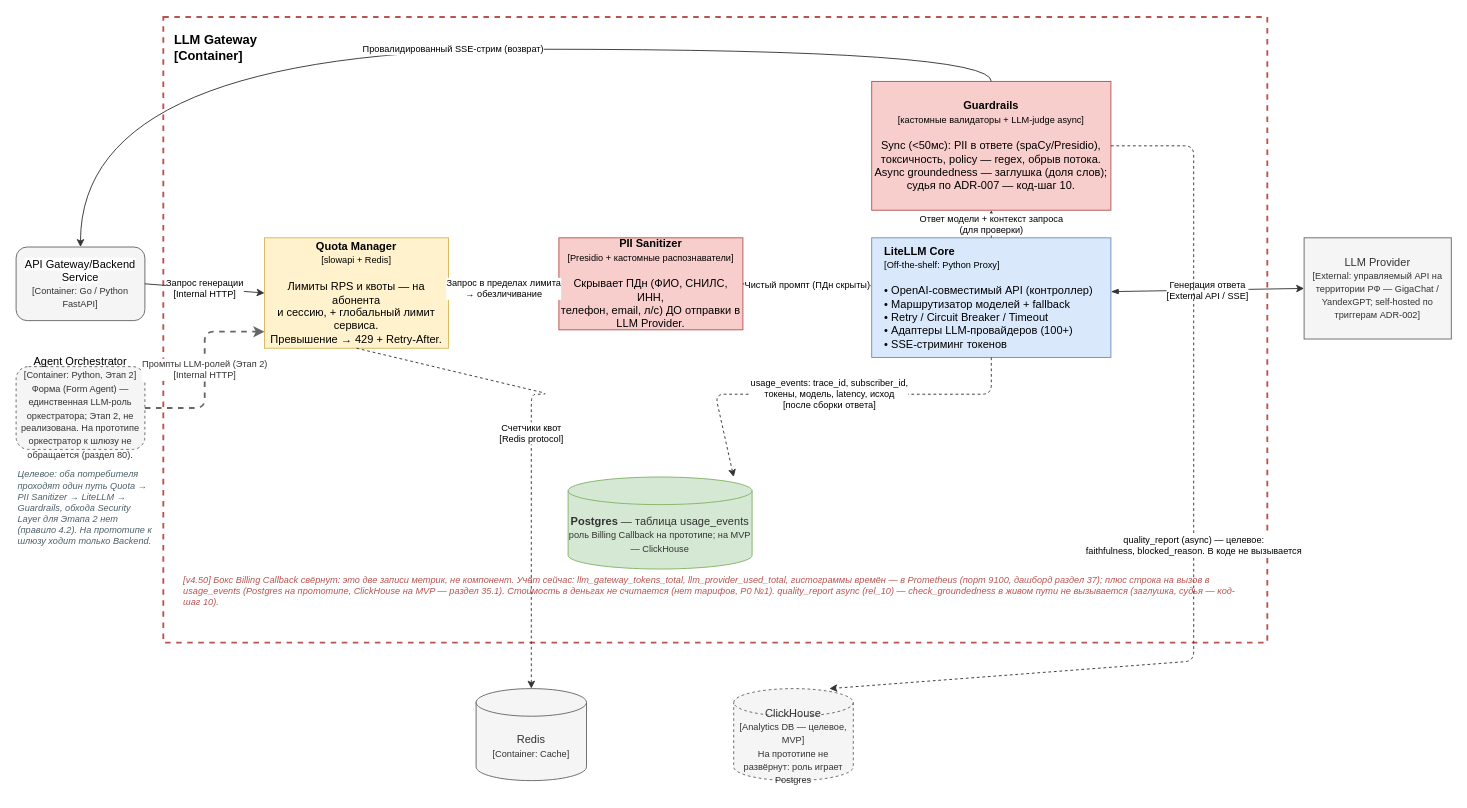
The draw.io diagram AI_docs/C3/C4_L3_LLM.drawio in barinoff1989/vodokanal-assistant, before the edit. Source tidied: cells renumbered, new cells numbered last; positions are measured from the earlier drawing's top-left corner, leaving out a move shared by most shapes. Both pictures are drawn from the tidied source at 92%, with x=0, y=0 at pixel (16, 17).
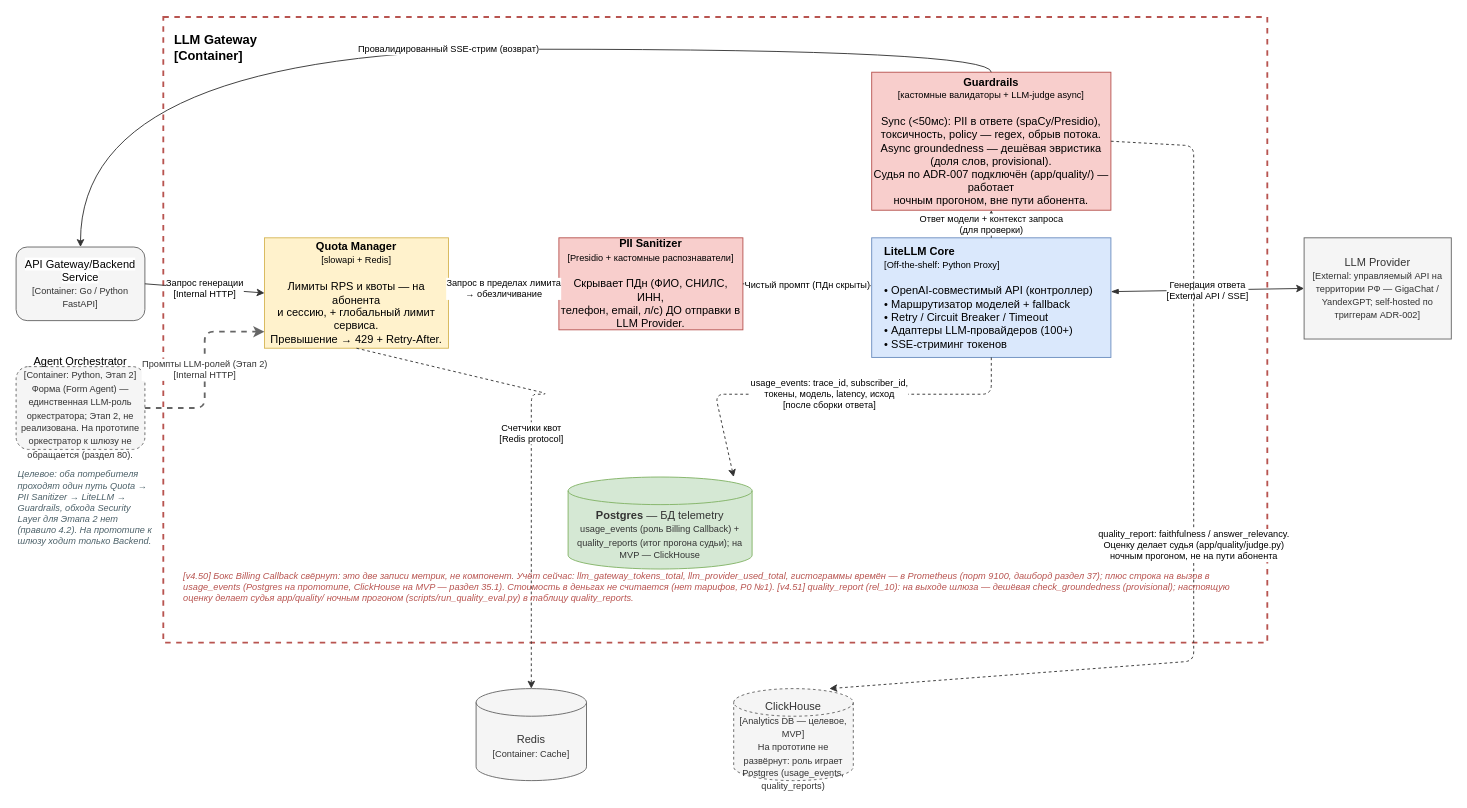
The same page after the edit.

Commit message (it also covers changes not shown here):
Документация и диаграмма: судья качества подключён (v4.51)

The edit, as a diff of the source:
```diff
@@
-    <mxCell id="6" value="&lt;font&gt;ClickHouse&lt;/font&gt;&lt;div&gt;&lt;font style=&quot;font-size: 10px&quot;&gt;[Analytics DB — целевое, MVP]&lt;br&gt;На прототипе не развёрнут: роль играет Postgres&lt;/font&gt;&lt;/div&gt;" style="shape=cylinder3;whiteSpace=wrap;html=1;boundedLbl=1;backgroundOutline=1;size=15;fillColor=#f5f5f5;strokeColor=#666666;fontColor=#333333;dashed=1;" parent="1" vertex="1">
+    <mxCell id="6" value="&lt;font&gt;ClickHouse&lt;/font&gt;&lt;div&gt;&lt;font style=&quot;font-size: 10px&quot;&gt;[Analytics DB — целевое, MVP]&lt;br&gt;На прототипе не развёрнут: роль играет Postgres (usage_events, quality_reports)&lt;/font&gt;&lt;/div&gt;" style="shape=cylinder3;whiteSpace=wrap;html=1;boundedLbl=1;backgroundOutline=1;size=15;fillColor=#f5f5f5;strokeColor=#666666;fontColor=#333333;dashed=1;" parent="1" vertex="1">
       <mxGeometry x="780" y="730" width="130" height="100" as="geometry" />
     </mxCell>
@@
-    <mxCell id="8" value="&lt;b&gt;Guardrails&lt;/b&gt;&lt;br&gt;&lt;font style=&quot;font-size: 10px&quot;&gt;[кастомные валидаторы + LLM-judge async]&lt;/font&gt;&lt;br&gt;&lt;br&gt;Sync (&lt;50мс): PII в ответе (spaCy/Presidio),&lt;br&gt;токсичность, policy — regex, обрыв потока.&lt;br&gt;Async groundedness — заглушка (доля слов);&lt;br&gt;судья по ADR-007 — код-шаг 10." style="rounded=0;whiteSpace=wrap;html=1;fillColor=#f8cecc;strokeColor=#b85450;fontSize=12;" parent="1" vertex="1">
-      <mxGeometry x="930" y="70" width="260" height="140" as="geometry" />
+    <mxCell id="8" value="&lt;b&gt;Guardrails&lt;/b&gt;&lt;br&gt;&lt;font style=&quot;font-size: 10px&quot;&gt;[кастомные валидаторы + LLM-judge async]&lt;/font&gt;&lt;br&gt;&lt;br&gt;Sync (&lt;50мс): PII в ответе (spaCy/Presidio),&lt;br&gt;токсичность, policy — regex, обрыв потока.&lt;br&gt;Async groundedness — дешёвая эвристика (доля слов, provisional).&lt;br&gt;Судья по ADR-007 подключён (app/quality/) — работает&lt;br&gt;ночным прогоном, вне пути абонента." style="rounded=0;whiteSpace=wrap;html=1;fillColor=#f8cecc;strokeColor=#b85450;fontSize=12;" parent="1" vertex="1">
+      <mxGeometry x="930" y="60" width="260" height="150" as="geometry" />
     </mxCell>
@@
-    <mxCell id="18" value="quality_report (async) — целевое:&lt;br&gt;faithfulness, blocked_reason. В коде не вызывается" style="endArrow=classic;html=1;exitX=1;exitY=0.5;entryX=0.8;entryY=0;strokeColor=#333333;fontSize=10;dashed=1;" parent="1" edge="1" source="8" target="6">
+    <mxCell id="18" value="quality_report: faithfulness / answer_relevancy.&lt;br&gt;Оценку делает судья (app/quality/judge.py)&lt;br&gt;ночным прогоном, не на пути абонента" style="endArrow=classic;html=1;exitX=1;exitY=0.5;entryX=0.8;entryY=0;strokeColor=#333333;fontSize=10;dashed=1;" parent="1" edge="1" source="8" target="6">
       <mxGeometry relative="1" as="geometry">
         <Array as="points">
           <mxPoint x="1280" y="140" />
           <mxPoint x="1280" y="700" />
         </Array>
       </mxGeometry>
     </mxCell>
@@
-    <mxCell id="22" value="&lt;b&gt;Postgres&lt;/b&gt; — таблица usage_events&lt;div&gt;&lt;font style=&quot;font-size: 10px&quot;&gt;роль Billing Callback на прототипе; на MVP — ClickHouse&lt;/font&gt;&lt;/div&gt;" style="shape=cylinder3;whiteSpace=wrap;html=1;boundedLbl=1;backgroundOutline=1;size=15;fillColor=#d5e8d4;strokeColor=#82b366;fontColor=#333333;" parent="1" vertex="1">
+    <mxCell id="22" value="&lt;b&gt;Postgres&lt;/b&gt; — БД telemetry&lt;div&gt;&lt;font style=&quot;font-size: 10px&quot;&gt;usage_events (роль Billing Callback) + quality_reports (итог прогона судьи); на MVP — ClickHouse&lt;/font&gt;&lt;/div&gt;" style="shape=cylinder3;whiteSpace=wrap;html=1;boundedLbl=1;backgroundOutline=1;size=15;fillColor=#d5e8d4;strokeColor=#82b366;fontColor=#333333;" parent="1" vertex="1">
       <mxGeometry x="600" y="500" width="200" height="100" as="geometry" />
     </mxCell>
@@
-    <mxCell id="24" value="[v4.50] Бокс Billing Callback свёрнут: это две записи метрик, не компонент. Учёт сейчас: llm_gateway_tokens_total, llm_provider_used_total, гистограммы времён — в Prometheus (порт 9100, дашборд раздел 37); плюс строка на вызов в usage_events (Postgres на прототипе, ClickHouse на MVP — раздел 35.1). Стоимость в деньгах не считается (нет тарифов, P0 №1). quality_report async (rel_10) — check_groundedness в живом пути не вызывается (заглушка, судья — код-шаг 10)." style="text;html=1;align=left;verticalAlign=top;fontSize=10;fontStyle=2;fontColor=#B85450;whiteSpace=wrap;" parent="1" vertex="1">
-      <mxGeometry x="180" y="600" width="1160" height="70" as="geometry" />
+    <mxCell id="24" value="[v4.50] Бокс Billing Callback свёрнут: это две записи метрик, не компонент. Учёт сейчас: llm_gateway_tokens_total, llm_provider_used_total, гистограммы времён — в Prometheus (порт 9100, дашборд раздел 37); плюс строка на вызов в usage_events (Postgres на прототипе, ClickHouse на MVP — раздел 35.1). Стоимость в деньгах не считается (нет тарифов, P0 №1). [v4.51] quality_report (rel_10): на выходе шлюза — дешёвая check_groundedness (provisional); настоящую оценку делает судья app/quality/ ночным прогоном (scripts/run_quality_eval.py) в таблицу quality_reports." style="text;html=1;align=left;verticalAlign=top;fontSize=10;fontStyle=2;fontColor=#B85450;whiteSpace=wrap;" parent="1" vertex="1">
+      <mxGeometry x="180" y="595" width="1160" height="80" as="geometry" />
     </mxCell>
```
